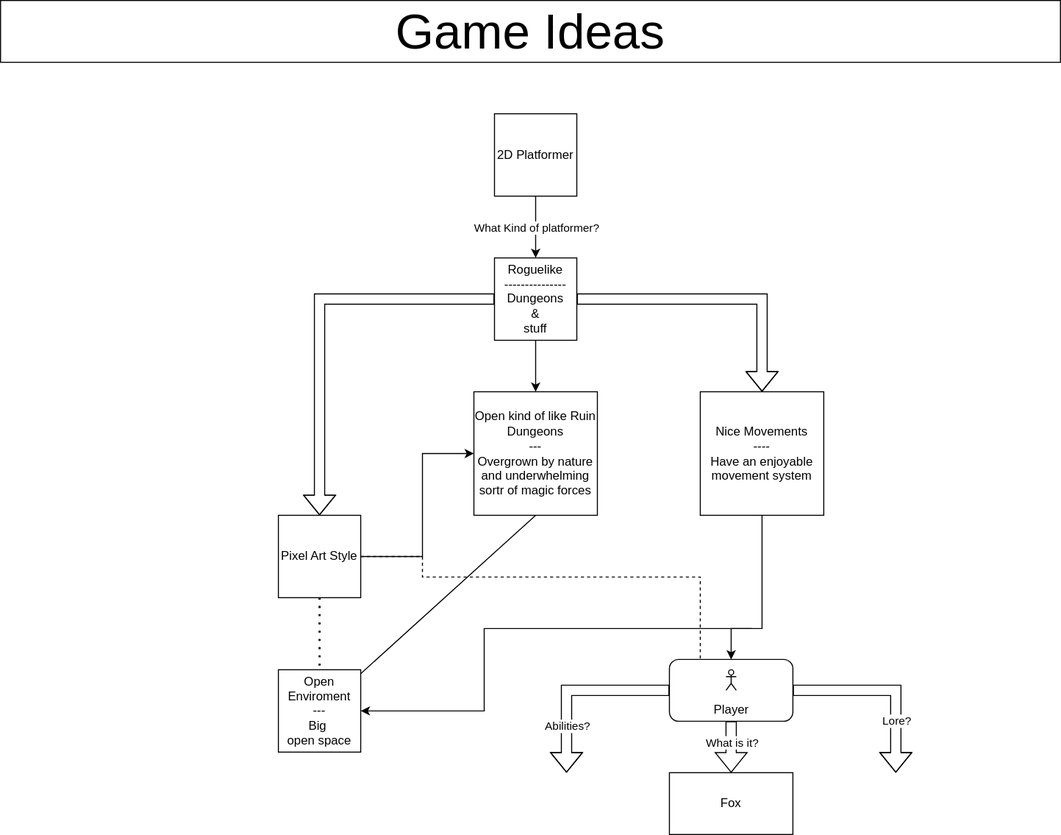
Before: Plans/2DGamePlanning.drawio.svg, a diagram exported from draw.io (UnknownRedFoxDev/2D-Game). Source tidied: cells renumbered, new cells last; positions are measured from the earlier drawing's top-left corner, leaving out a move shared by most shapes.
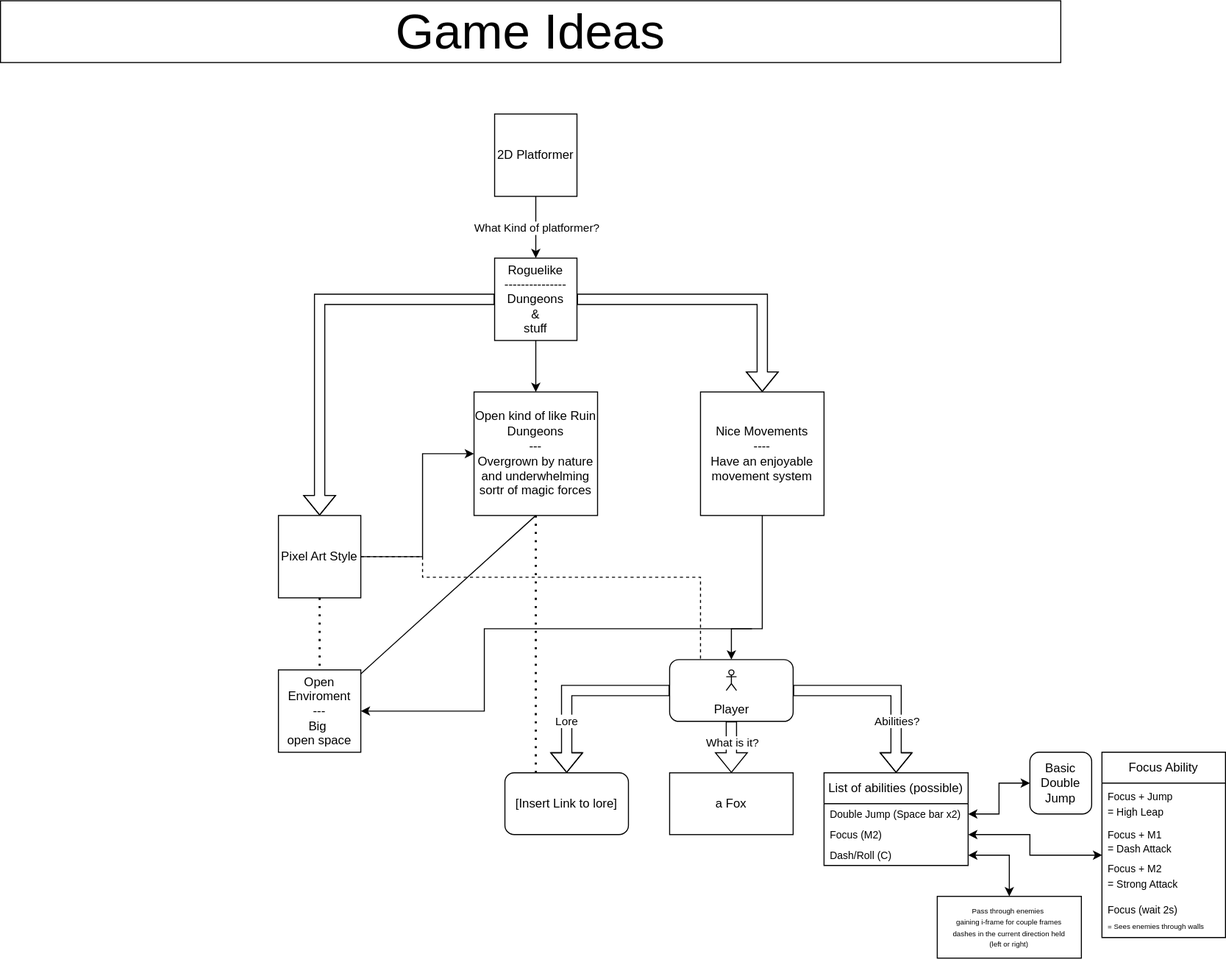
After the commit.

The edit, as a diff of the source:
```diff
@@ -89,9 +89,9 @@
         </Array>
       </mxGeometry>
     </mxCell>
-    <mxCell id="21" value="Abilities?" style="edgeLabel;html=1;align=center;verticalAlign=middle;" parent="20" vertex="1">
-      <mxGeometry x="0.48" relative="1" as="geometry" />
-    </mxCell>
+    <mxCell id="33" value="Lore" style="edgeLabel;html=1;align=center;verticalAlign=middle;" parent="20" vertex="1">
+      <mxGeometry x="0.43" y="-1" relative="1" as="geometry" />
+    </mxCell>
     <mxCell id="22" style="shape=flexArrow;endArrow=classic;html=1;rounded=0;exitX=0.5;exitY=1;exitDx=0;exitDy=0;" parent="1" edge="1" source="30">
       <mxGeometry relative="1" as="geometry">
         <mxPoint x="710" y="750" as="targetPoint" />
@@ -110,7 +110,7 @@
         </Array>
       </mxGeometry>
     </mxCell>
-    <mxCell id="25" value="Lore?" style="edgeLabel;html=1;align=center;verticalAlign=middle;" parent="24" vertex="1">
+    <mxCell id="25" value="Abilities?" style="edgeLabel;html=1;align=center;verticalAlign=middle;" parent="24" vertex="1">
       <mxGeometry x="0.43" relative="1" as="geometry" />
     </mxCell>
     <mxCell id="26" style="endArrow=none;dashed=1;html=1;rounded=0;entryX=0.25;entryY=0;entryDx=0;entryDy=0;exitX=1;exitY=0.5;exitDx=0;exitDy=0;" parent="1" edge="1" source="13" target="30">
@@ -137,8 +137,72 @@
     <mxCell id="31" value="&lt;p style=&quot;line-height: 0%;&quot;&gt;Player&lt;/p&gt;" style="shape=umlActor;verticalLabelPosition=bottom;verticalAlign=top;html=1;align=center;" parent="29" vertex="1">
       <mxGeometry x="55" y="10" width="10" height="20" as="geometry" />
     </mxCell>
-    <mxCell id="32" value="Fox" style="rounded=0;whiteSpace=wrap;html=1;" parent="1" vertex="1">
+    <mxCell id="32" value="a Fox" style="rounded=0;whiteSpace=wrap;html=1;" parent="1" vertex="1">
       <mxGeometry x="650" y="750" width="120" height="60" as="geometry" />
     </mxCell>
+    <mxCell id="34" value="List of abilities (possible)" style="swimlane;fontStyle=0;horizontal=1;startSize=30;whiteSpace=wrap;html=1;" parent="1" vertex="1">
+      <mxGeometry x="800" y="750" width="140" height="90" as="geometry" />
+    </mxCell>
+    <mxCell id="35" value="&lt;font style=&quot;font-size: 10px;&quot;&gt;Double Jump (Space bar x2)&lt;br&gt;&lt;/font&gt;" style="text;strokeColor=none;fillColor=none;align=left;verticalAlign=middle;spacingLeft=4;spacingRight=4;overflow=hidden;points=[[0,0.5],[1,0.5]];portConstraint=eastwest;whiteSpace=wrap;html=1;" parent="34" vertex="1">
+      <mxGeometry y="30" width="140" height="20" as="geometry" />
+    </mxCell>
+    <mxCell id="36" value="&lt;font style=&quot;font-size: 10px;&quot;&gt;Focus (M2)&lt;/font&gt;" style="text;strokeColor=none;fillColor=none;align=left;verticalAlign=middle;spacingLeft=4;spacingRight=4;overflow=hidden;points=[[0,0.5],[1,0.5]];portConstraint=eastwest;whiteSpace=wrap;html=1;" parent="34" vertex="1">
+      <mxGeometry y="50" width="140" height="20" as="geometry" />
+    </mxCell>
+    <mxCell id="37" value="&lt;font style=&quot;font-size: 10px;&quot;&gt;Dash/Roll (C)&lt;/font&gt;" style="text;strokeColor=none;fillColor=none;align=left;verticalAlign=middle;spacingLeft=4;spacingRight=4;overflow=hidden;points=[[0,0.5],[1,0.5]];portConstraint=eastwest;whiteSpace=wrap;html=1;" parent="34" vertex="1">
+      <mxGeometry y="70" width="140" height="20" as="geometry" />
+    </mxCell>
+    <mxCell id="38" value="Focus Ability" style="swimlane;fontStyle=0;horizontal=1;startSize=30;whiteSpace=wrap;html=1;" parent="1" vertex="1">
+      <mxGeometry x="1070" y="730" width="120" height="180" as="geometry" />
+    </mxCell>
+    <mxCell id="39" value="&lt;font style=&quot;font-size: 10px;&quot;&gt;Focus + Jump &lt;br&gt;= High Leap&lt;/font&gt;" style="text;strokeColor=none;fillColor=none;align=left;verticalAlign=middle;spacingLeft=4;spacingRight=4;overflow=hidden;whiteSpace=wrap;html=1;" parent="38" vertex="1">
+      <mxGeometry y="30" width="120" height="40" as="geometry" />
+    </mxCell>
+    <mxCell id="40" value="&lt;font style=&quot;font-size: 10px;&quot;&gt;Focus + M1&lt;br&gt;= Dash Attack&lt;/font&gt;" style="text;strokeColor=none;fillColor=none;align=left;verticalAlign=middle;spacingLeft=4;spacingRight=4;overflow=hidden;whiteSpace=wrap;html=1;" parent="38" vertex="1">
+      <mxGeometry y="70" width="120" height="30" as="geometry" />
+    </mxCell>
+    <mxCell id="41" value="&lt;font style=&quot;font-size: 10px;&quot;&gt;Focus + M2&lt;br&gt;= Strong Attack&lt;/font&gt;" style="text;strokeColor=none;fillColor=none;align=left;verticalAlign=middle;spacingLeft=4;spacingRight=4;overflow=hidden;points=[[0,0.5],[1,0.5]];portConstraint=eastwest;whiteSpace=wrap;html=1;" parent="38" vertex="1">
+      <mxGeometry y="100" width="120" height="40" as="geometry" />
+    </mxCell>
+    <mxCell id="42" value="&lt;font style=&quot;&quot;&gt;&lt;font style=&quot;font-size: 10px;&quot;&gt;Focus (wait 2s)&lt;/font&gt;&lt;br style=&quot;font-size: 7px;&quot;&gt;&lt;span style=&quot;font-size: 7px;&quot;&gt;= Sees enemies&amp;nbsp;through walls&lt;/span&gt;&lt;/font&gt;" style="text;strokeColor=none;fillColor=none;align=left;verticalAlign=middle;spacingLeft=4;spacingRight=4;overflow=hidden;whiteSpace=wrap;html=1;" parent="38" vertex="1">
+      <mxGeometry y="140" width="120" height="40" as="geometry" />
+    </mxCell>
+    <mxCell id="43" value="Basic Double Jump" style="rounded=1;whiteSpace=wrap;html=1;" parent="1" vertex="1">
+      <mxGeometry x="1000" y="730" width="60" height="60" as="geometry" />
+    </mxCell>
+    <mxCell id="44" style="endArrow=classic;startArrow=classic;html=1;rounded=0;exitX=0;exitY=0.5;exitDx=0;exitDy=0;entryX=1;entryY=0.5;entryDx=0;entryDy=0;" parent="1" edge="1" source="43" target="35">
+      <mxGeometry relative="1" as="geometry">
+        <Array as="points">
+          <mxPoint x="970" y="760" />
+          <mxPoint x="970" y="790" />
+        </Array>
+      </mxGeometry>
+    </mxCell>
+    <mxCell id="45" style="endArrow=classic;startArrow=classic;html=1;rounded=0;exitX=0.002;exitY=-0.002;exitDx=0;exitDy=0;exitPerimeter=0;entryX=1;entryY=0.5;entryDx=0;entryDy=0;" parent="1" edge="1" source="41" target="36">
+      <mxGeometry relative="1" as="geometry">
+        <Array as="points">
+          <mxPoint x="1000" y="830" />
+          <mxPoint x="1000" y="810" />
+        </Array>
+      </mxGeometry>
+    </mxCell>
+    <mxCell id="46" value="&lt;p style=&quot;line-height: 80%;&quot;&gt;&lt;font style=&quot;font-size: 7px;&quot;&gt;Pass through enemies&amp;nbsp;&lt;br&gt;&lt;/font&gt;&lt;span style=&quot;font-size: 7px; background-color: initial;&quot;&gt;gaining i-frame for couple frames&lt;br&gt;dashes in the current direction held&lt;br&gt;(left or right)&lt;/span&gt;&lt;/p&gt;" style="rounded=0;whiteSpace=wrap;html=1;" parent="1" vertex="1">
+      <mxGeometry x="910" y="870" width="140" height="60" as="geometry" />
+    </mxCell>
+    <mxCell id="47" style="endArrow=classic;startArrow=classic;html=1;rounded=0;exitX=0.5;exitY=0;exitDx=0;exitDy=0;entryX=1;entryY=0.5;entryDx=0;entryDy=0;" parent="1" edge="1" source="46" target="37">
+      <mxGeometry relative="1" as="geometry">
+        <Array as="points">
+          <mxPoint x="980" y="830" />
+        </Array>
+      </mxGeometry>
+    </mxCell>
+    <mxCell id="48" style="endArrow=none;dashed=1;html=1;dashPattern=1 3;strokeWidth=2;rounded=0;entryX=0.5;entryY=1;entryDx=0;entryDy=0;" parent="1" edge="1" target="15">
+      <mxGeometry relative="1" as="geometry">
+        <mxPoint x="520" y="750" as="sourcePoint" />
+      </mxGeometry>
+    </mxCell>
+    <mxCell id="49" value="[Insert Link to lore]" style="rounded=1;whiteSpace=wrap;html=1;" parent="1" vertex="1">
+      <mxGeometry x="490" y="750" width="120" height="60" as="geometry" />
+    </mxCell>
   </root>
 </mxGraphModel>
```
